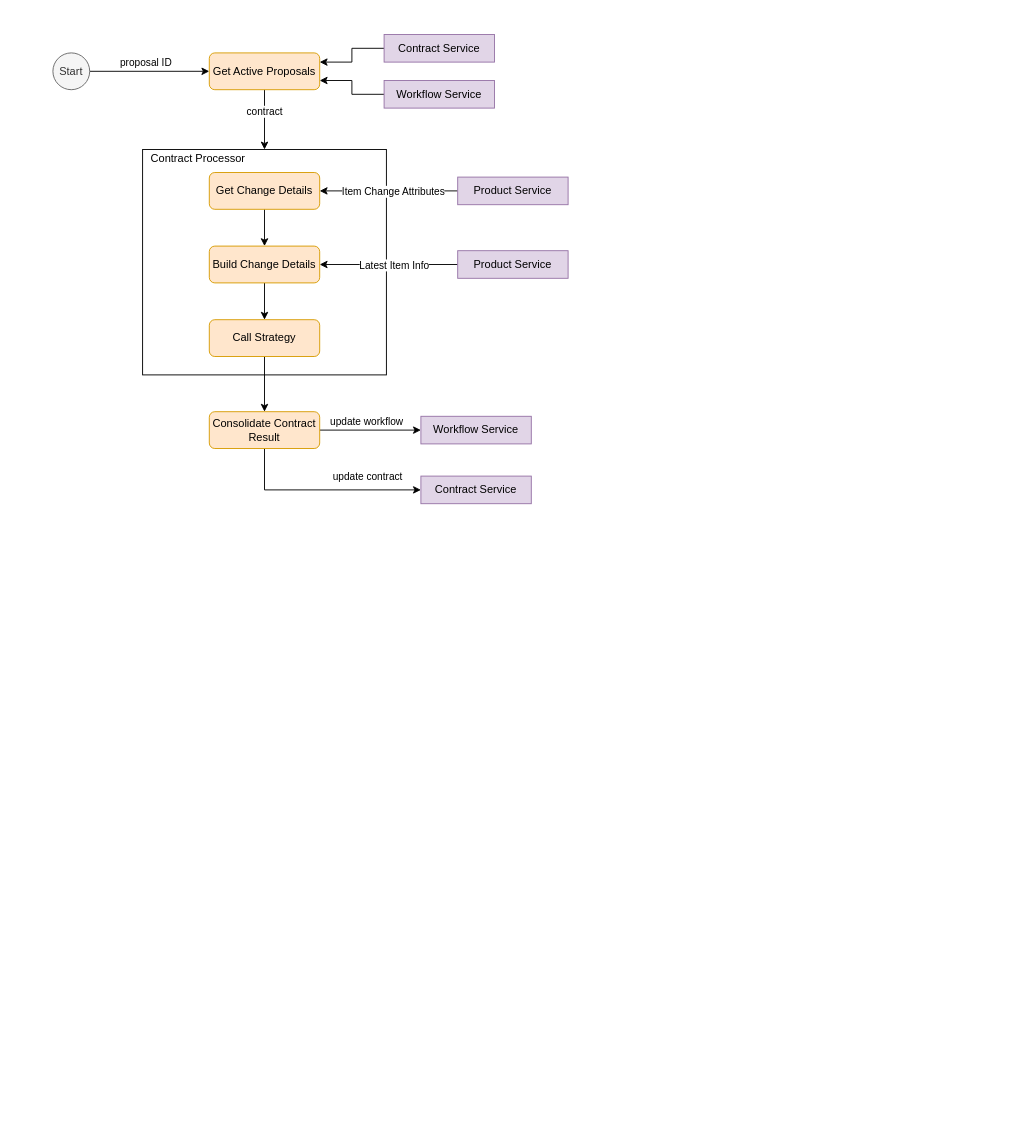
This is Proposal Update Colla Diagram.drawio from dajin-kingland/UMLdiagrams, a draw.io file, before an edit. Source tidied: cells renumbered, new cells numbered last; positions are measured from the earlier drawing's top-left corner, leaving out a move shared by most shapes. Both pictures are drawn from the tidied source at 92%, with x=0, y=0 at pixel (52, 34).
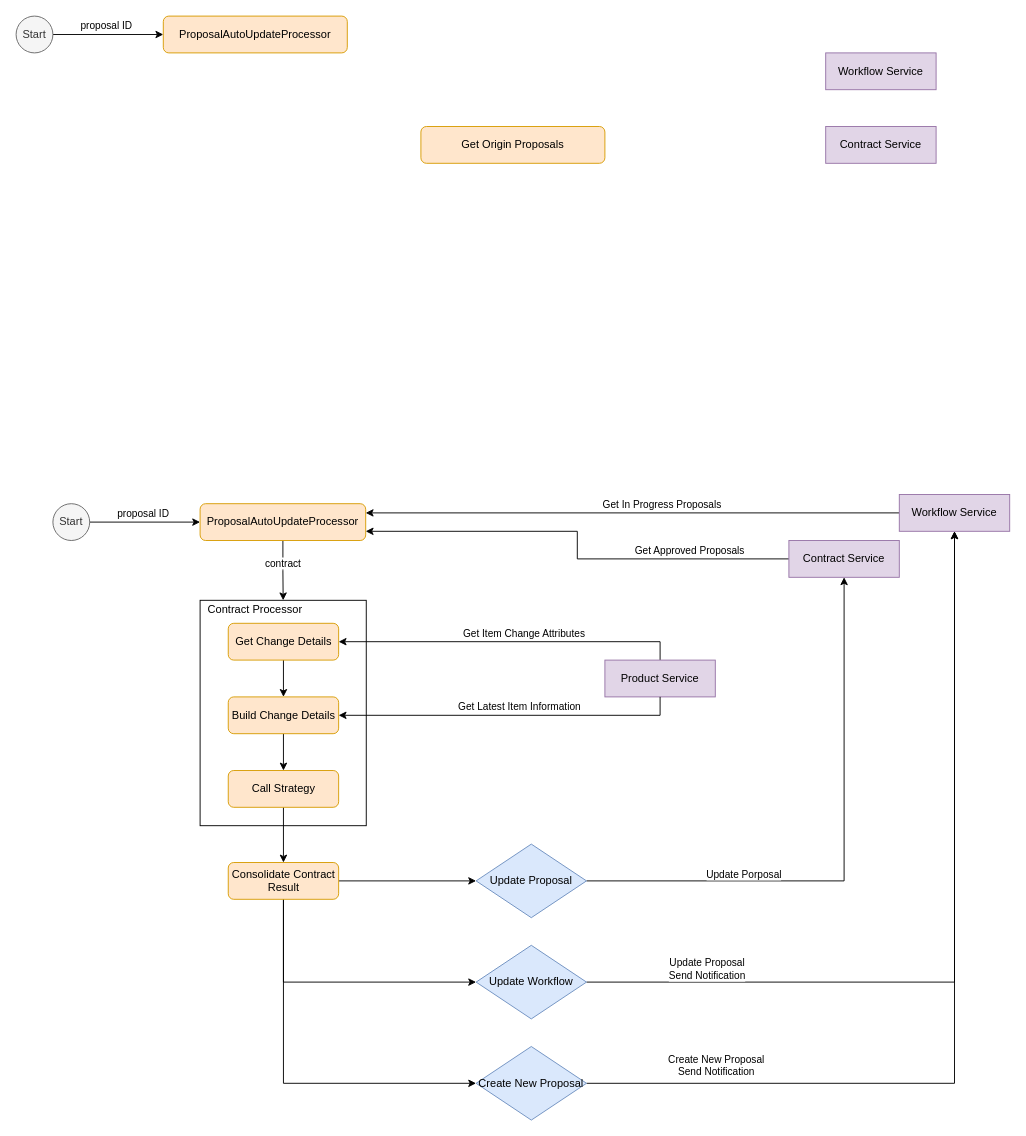
The same diagram, later.

Diff of the diagram source:
```diff
@@
     <mxCell id="2" style="rounded=0;whiteSpace=wrap;html=1;" parent="1" vertex="1">
-      <mxGeometry x="97.5" y="125" width="265" height="245" as="geometry" />
+      <mxGeometry x="160" y="615" width="180.6" height="245" as="geometry" />
     </mxCell>
@@
     <mxCell id="5" value="Start" style="ellipse;whiteSpace=wrap;html=1;fillColor=#f5f5f5;strokeColor=#666666;fontColor=#333333;" parent="1" vertex="1">
-      <mxGeometry y="20" width="40" height="40" as="geometry" />
+      <mxGeometry y="510" width="40" height="40" as="geometry" />
     </mxCell>
@@
-    <mxCell id="8" value="Get Active Proposals" style="rounded=1;whiteSpace=wrap;html=1;fillColor=#ffe6cc;strokeColor=#d79b00;" parent="1" vertex="1">
-      <mxGeometry x="170" y="20" width="120" height="40" as="geometry" />
+    <mxCell id="8" value="ProposalAutoUpdateProcessor" style="rounded=1;whiteSpace=wrap;html=1;fillColor=#ffe6cc;strokeColor=#d79b00;" parent="1" vertex="1">
+      <mxGeometry x="160" y="510" width="180" height="40" as="geometry" />
     </mxCell>
-    <mxCell id="9" style="edgeStyle=orthogonalEdgeStyle;rounded=0;jettySize=auto;html=1;entryX=1;entryY=0.25;entryDx=0;entryDy=0;" parent="1" edge="1" source="10" target="8">
+    <mxCell id="9" style="edgeStyle=orthogonalEdgeStyle;rounded=0;jettySize=auto;html=1;entryX=1;entryY=0.25;entryDx=0;entryDy=0;exitX=0;exitY=0.5;exitDx=0;exitDy=0;" parent="1" edge="1" source="31" target="8">
       <mxGeometry relative="1" as="geometry" />
     </mxCell>
-    <mxCell id="10" value="Contract Service" style="rounded=0;whiteSpace=wrap;html=1;fillColor=#e1d5e7;strokeColor=#9673a6;" parent="1" vertex="1">
-      <mxGeometry x="360" width="120" height="30" as="geometry" />
-    </mxCell>
+    <mxCell id="33" value="Get In Progress Proposals" style="edgeLabel;html=1;align=center;verticalAlign=middle;" parent="9" vertex="1">
+      <mxGeometry x="-0.12" y="1" relative="1" as="geometry">
+        <mxPoint x="-4" y="-11" as="offset" />
+      </mxGeometry>
+    </mxCell>
-    <mxCell id="11" style="edgeStyle=orthogonalEdgeStyle;rounded=0;jettySize=auto;html=1;entryX=1;entryY=0.75;entryDx=0;entryDy=0;" parent="1" edge="1" source="12" target="8">
+    <mxCell id="11" style="edgeStyle=orthogonalEdgeStyle;rounded=0;jettySize=auto;html=1;entryX=1;entryY=0.75;entryDx=0;entryDy=0;exitX=0;exitY=0.5;exitDx=0;exitDy=0;" parent="1" edge="1" source="32" target="8">
       <mxGeometry relative="1" as="geometry" />
     </mxCell>
-    <mxCell id="12" value="Workflow Service" style="rounded=0;whiteSpace=wrap;html=1;fillColor=#e1d5e7;strokeColor=#9673a6;" parent="1" vertex="1">
-      <mxGeometry x="360" y="50" width="120" height="30" as="geometry" />
-    </mxCell>
+    <mxCell id="34" value="Get Approved Proposals" style="edgeLabel;html=1;align=center;verticalAlign=middle;" parent="11" vertex="1">
+      <mxGeometry x="-0.6" relative="1" as="geometry">
+        <mxPoint x="-11" y="-10" as="offset" />
+      </mxGeometry>
+    </mxCell>
@@
     <mxCell id="14" value="Get Change Details" style="rounded=1;whiteSpace=wrap;html=1;fillColor=#ffe6cc;strokeColor=#d79b00;" parent="1" vertex="1">
-      <mxGeometry x="170" y="150" width="120" height="40" as="geometry" />
+      <mxGeometry x="190.6" y="640" width="120" height="40" as="geometry" />
     </mxCell>
-    <mxCell id="15" style="edgeStyle=orthogonalEdgeStyle;rounded=0;jettySize=auto;html=1;entryX=1;entryY=0.5;entryDx=0;entryDy=0;" parent="1" edge="1" source="17" target="14">
+    <mxCell id="15" style="edgeStyle=orthogonalEdgeStyle;rounded=0;jettySize=auto;html=1;entryX=1;entryY=0.5;entryDx=0;entryDy=0;exitX=0.5;exitY=0;exitDx=0;exitDy=0;" parent="1" edge="1" source="17" target="14">
       <mxGeometry relative="1" as="geometry" />
     </mxCell>
-    <mxCell id="16" value="Item Change Attributes" style="edgeLabel;html=1;align=center;verticalAlign=middle;" parent="15" vertex="1">
+    <mxCell id="16" value="Get Item Change Attributes" style="edgeLabel;html=1;align=center;verticalAlign=middle;" parent="15" vertex="1">
       <mxGeometry x="-0.15" y="-1" relative="1" as="geometry">
-        <mxPoint x="-7" y="1" as="offset" />
+        <mxPoint x="-12" y="-9" as="offset" />
       </mxGeometry>
     </mxCell>
     <mxCell id="17" value="Product Service" style="rounded=0;whiteSpace=wrap;html=1;fillColor=#e1d5e7;strokeColor=#9673a6;" parent="1" vertex="1">
-      <mxGeometry x="440" y="155" width="120" height="30" as="geometry" />
+      <mxGeometry x="600" y="680" width="120" height="40" as="geometry" />
     </mxCell>
@@
     <mxCell id="19" value="Build Change Details" style="rounded=1;whiteSpace=wrap;html=1;fillColor=#ffe6cc;strokeColor=#d79b00;" parent="1" vertex="1">
-      <mxGeometry x="170" y="230" width="120" height="40" as="geometry" />
+      <mxGeometry x="190.6" y="720" width="120" height="40" as="geometry" />
     </mxCell>
-    <mxCell id="20" style="edgeStyle=orthogonalEdgeStyle;rounded=0;jettySize=auto;html=1;entryX=1;entryY=0.5;entryDx=0;entryDy=0;" parent="1" edge="1" source="22" target="19">
+    <mxCell id="20" style="edgeStyle=orthogonalEdgeStyle;rounded=0;jettySize=auto;html=1;entryX=1;entryY=0.5;entryDx=0;entryDy=0;exitX=0.5;exitY=1;exitDx=0;exitDy=0;" parent="1" edge="1" source="17" target="19">
       <mxGeometry relative="1" as="geometry" />
     </mxCell>
-    <mxCell id="21" value="Latest Item Info" style="edgeLabel;html=1;align=center;verticalAlign=middle;" parent="20" vertex="1">
+    <mxCell id="21" value="Get Latest Item Information" style="edgeLabel;html=1;align=center;verticalAlign=middle;" parent="20" vertex="1">
       <mxGeometry x="0.24" y="-1" relative="1" as="geometry">
-        <mxPoint x="23" y="1" as="offset" />
+        <mxPoint x="55" y="-9" as="offset" />
       </mxGeometry>
     </mxCell>
-    <mxCell id="22" value="Product Service" style="rounded=0;whiteSpace=wrap;html=1;fillColor=#e1d5e7;strokeColor=#9673a6;" parent="1" vertex="1">
-      <mxGeometry x="440" y="235" width="120" height="30" as="geometry" />
-    </mxCell>
@@
     <mxCell id="24" value="Call Strategy" style="rounded=1;whiteSpace=wrap;html=1;fillColor=#ffe6cc;strokeColor=#d79b00;" parent="1" vertex="1">
-      <mxGeometry x="170" y="310" width="120" height="40" as="geometry" />
+      <mxGeometry x="190.6" y="800" width="120" height="40" as="geometry" />
     </mxCell>
-    <mxCell id="25" style="edgeStyle=orthogonalEdgeStyle;rounded=0;jettySize=auto;html=1;entryX=0;entryY=0.5;entryDx=0;entryDy=0;" parent="1" edge="1" source="29" target="31">
+    <mxCell id="25" style="edgeStyle=orthogonalEdgeStyle;rounded=0;jettySize=auto;html=1;entryX=0.5;entryY=1;entryDx=0;entryDy=0;exitX=1;exitY=0.5;exitDx=0;exitDy=0;" parent="1" edge="1" source="38" target="31">
       <mxGeometry relative="1" as="geometry" />
     </mxCell>
-    <mxCell id="26" value="update workflow" style="edgeLabel;html=1;align=center;verticalAlign=middle;" parent="25" vertex="1">
+    <mxCell id="26" value="Update Proposal&lt;br&gt;Send Notification" style="edgeLabel;html=1;align=center;verticalAlign=middle;" parent="25" vertex="1">
       <mxGeometry x="-0.2" relative="1" as="geometry">
-        <mxPoint x="6" y="-10" as="offset" />
+        <mxPoint x="-226" y="-15" as="offset" />
       </mxGeometry>
     </mxCell>
-    <mxCell id="27" style="edgeStyle=orthogonalEdgeStyle;rounded=0;jettySize=auto;html=1;entryX=0;entryY=0.5;entryDx=0;entryDy=0;exitX=0.5;exitY=1;exitDx=0;exitDy=0;" parent="1" edge="1" source="29" target="32">
+    <mxCell id="27" style="edgeStyle=orthogonalEdgeStyle;rounded=0;jettySize=auto;html=1;entryX=0.5;entryY=1;entryDx=0;entryDy=0;exitX=1;exitY=0.5;exitDx=0;exitDy=0;" parent="1" edge="1" source="39" target="32">
       <mxGeometry relative="1" as="geometry" />
     </mxCell>
-    <mxCell id="28" value="update contract" style="edgeLabel;html=1;align=center;verticalAlign=middle;" parent="27" vertex="1">
+    <mxCell id="28" value="Update Porposal" style="edgeLabel;html=1;align=center;verticalAlign=middle;rotation=0;" parent="27" vertex="1">
       <mxGeometry x="0.45" y="1" relative="1" as="geometry">
-        <mxPoint y="-14" as="offset" />
+        <mxPoint x="-109" y="154" as="offset" />
       </mxGeometry>
     </mxCell>
+    <mxCell id="35" style="edgeStyle=orthogonalEdgeStyle;rounded=0;jettySize=auto;html=1;entryX=0;entryY=0.5;entryDx=0;entryDy=0;exitX=0.5;exitY=1;exitDx=0;exitDy=0;" parent="1" edge="1" source="29" target="38">
+      <mxGeometry relative="1" as="geometry" />
+    </mxCell>
+    <mxCell id="36" style="edgeStyle=orthogonalEdgeStyle;rounded=0;jettySize=auto;html=1;entryX=0;entryY=0.5;entryDx=0;entryDy=0;exitX=1;exitY=0.5;exitDx=0;exitDy=0;" parent="1" edge="1" source="29" target="39">
+      <mxGeometry relative="1" as="geometry" />
+    </mxCell>
+    <mxCell id="37" style="edgeStyle=orthogonalEdgeStyle;rounded=0;jettySize=auto;html=1;entryX=0;entryY=0.5;entryDx=0;entryDy=0;exitX=0.5;exitY=1;exitDx=0;exitDy=0;" parent="1" edge="1" source="29" target="42">
+      <mxGeometry relative="1" as="geometry" />
+    </mxCell>
     <mxCell id="29" value="Consolidate Contract Result" style="rounded=1;whiteSpace=wrap;html=1;fillColor=#ffe6cc;strokeColor=#d79b00;" parent="1" vertex="1">
-      <mxGeometry x="170" y="410" width="120" height="40" as="geometry" />
+      <mxGeometry x="190.6" y="900" width="120" height="40" as="geometry" />
     </mxCell>
     <mxCell id="30" value="Contract Processor" style="text;html=1;strokeColor=none;fillColor=none;align=center;verticalAlign=middle;whiteSpace=wrap;rounded=0;" parent="1" vertex="1">
-      <mxGeometry x="97.5" y="125" width="120" height="20" as="geometry" />
+      <mxGeometry x="160" y="615" width="120" height="20" as="geometry" />
     </mxCell>
     <mxCell id="31" value="Workflow Service" style="rounded=0;whiteSpace=wrap;html=1;fillColor=#e1d5e7;strokeColor=#9673a6;" parent="1" vertex="1">
-      <mxGeometry x="400" y="415" width="120" height="30" as="geometry" />
+      <mxGeometry x="920" y="500" width="120" height="40" as="geometry" />
     </mxCell>
     <mxCell id="32" value="Contract Service" style="rounded=0;whiteSpace=wrap;html=1;fillColor=#e1d5e7;strokeColor=#9673a6;" parent="1" vertex="1">
-      <mxGeometry x="400" y="480" width="120" height="30" as="geometry" />
+      <mxGeometry x="800" y="550" width="120" height="40" as="geometry" />
     </mxCell>
+    <mxCell id="38" value="Update Workflow" style="rhombus;whiteSpace=wrap;html=1;fillColor=#dae8fc;strokeColor=#6c8ebf;" parent="1" vertex="1">
+      <mxGeometry x="460" y="990" width="120" height="80" as="geometry" />
+    </mxCell>
+    <mxCell id="39" value="Update Proposal" style="rhombus;whiteSpace=wrap;html=1;fillColor=#dae8fc;strokeColor=#6c8ebf;" parent="1" vertex="1">
+      <mxGeometry x="460" y="880" width="120" height="80" as="geometry" />
+    </mxCell>
+    <mxCell id="40" style="edgeStyle=orthogonalEdgeStyle;rounded=0;jettySize=auto;html=1;entryX=0.5;entryY=1;entryDx=0;entryDy=0;" parent="1" edge="1" source="42" target="31">
+      <mxGeometry relative="1" as="geometry" />
+    </mxCell>
+    <mxCell id="41" value="Create New Proposal&lt;br&gt;Send Notification" style="edgeLabel;html=1;align=center;verticalAlign=middle;" parent="40" vertex="1">
+      <mxGeometry x="-0.82" y="4" relative="1" as="geometry">
+        <mxPoint x="50" y="-16" as="offset" />
+      </mxGeometry>
+    </mxCell>
+    <mxCell id="42" value="Create New Proposal" style="rhombus;whiteSpace=wrap;html=1;fillColor=#dae8fc;strokeColor=#6c8ebf;" parent="1" vertex="1">
+      <mxGeometry x="460" y="1100" width="120" height="80" as="geometry" />
+    </mxCell>
+    <mxCell id="43" style="edgeStyle=orthogonalEdgeStyle;rounded=0;jettySize=auto;html=1;entryX=0;entryY=0.5;entryDx=0;entryDy=0;" parent="1" edge="1" source="45" target="46">
+      <mxGeometry relative="1" as="geometry" />
+    </mxCell>
+    <mxCell id="44" value="proposal ID" style="edgeLabel;html=1;align=center;verticalAlign=middle;" parent="43" vertex="1">
+      <mxGeometry x="-0.27" relative="1" as="geometry">
+        <mxPoint x="13" y="-10" as="offset" />
+      </mxGeometry>
+    </mxCell>
+    <mxCell id="45" value="Start" style="ellipse;whiteSpace=wrap;html=1;fillColor=#f5f5f5;strokeColor=#666666;fontColor=#333333;" parent="1" vertex="1">
+      <mxGeometry x="-40" y="-20" width="40" height="40" as="geometry" />
+    </mxCell>
+    <mxCell id="46" value="ProposalAutoUpdateProcessor" style="rounded=1;whiteSpace=wrap;html=1;fillColor=#ffe6cc;strokeColor=#d79b00;" parent="1" vertex="1">
+      <mxGeometry x="120" y="-20" width="200" height="40" as="geometry" />
+    </mxCell>
+    <mxCell id="47" value="Get Origin Proposals" style="rounded=1;whiteSpace=wrap;html=1;fillColor=#ffe6cc;strokeColor=#d79b00;" parent="1" vertex="1">
+      <mxGeometry x="400" y="100" width="200" height="40" as="geometry" />
+    </mxCell>
+    <mxCell id="12" value="Workflow Service" style="rounded=0;whiteSpace=wrap;html=1;fillColor=#e1d5e7;strokeColor=#9673a6;" parent="1" vertex="1">
+      <mxGeometry x="840" y="20" width="120" height="40" as="geometry" />
+    </mxCell>
+    <mxCell id="10" value="Contract Service" style="rounded=0;whiteSpace=wrap;html=1;fillColor=#e1d5e7;strokeColor=#9673a6;" parent="1" vertex="1">
+      <mxGeometry x="840" y="100" width="120" height="40" as="geometry" />
+    </mxCell>
```
